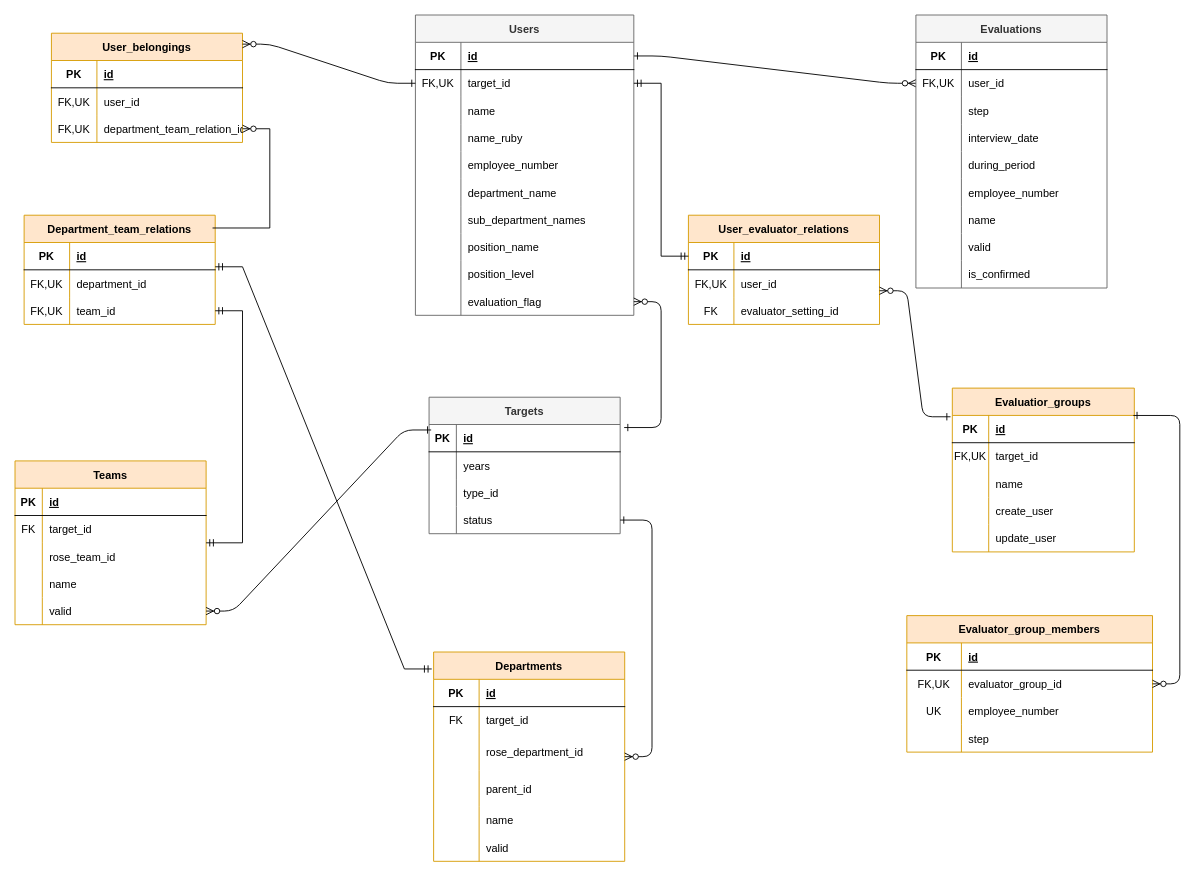
The draw.io diagram 名称未設定ファイル.drawio in satohirok/twitter_clone_ER, before the edit. Source tidied: cells renumbered, new cells numbered last; positions are measured from the earlier drawing's top-left corner, leaving out a move shared by most shapes. Both pictures are drawn from the tidied source at 91%, with x=0, y=0 at pixel (-217, 15).
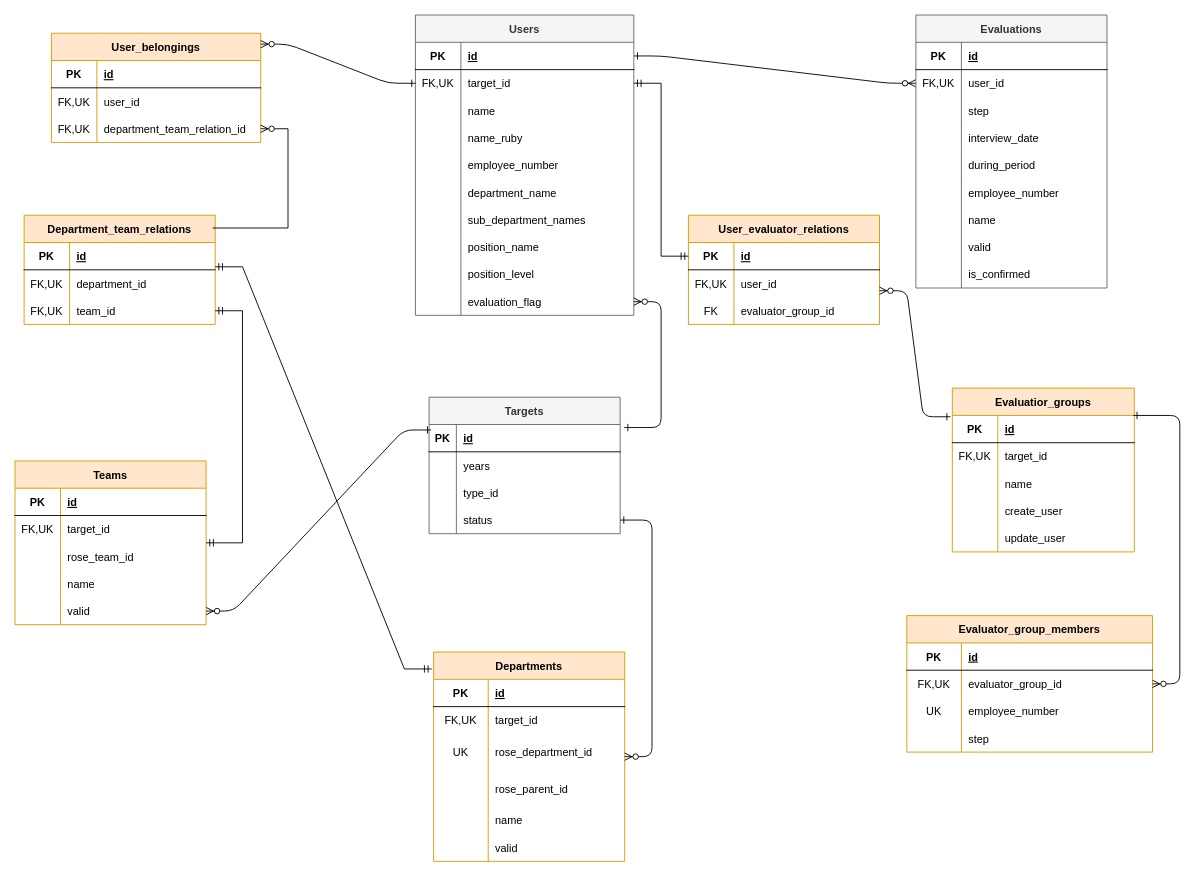
After the change.

Commit message (it also covers changes not shown here):
名称未設定ファイル.drawio を更新します

The change refers to these unchanged cells:
```xml
<mxCell id="38" style="shape=partialRectangle;fillColor=none;top=0;left=0;right=0;bottom=0;" parent="31" vertex="1">
  <mxGeometry y="90" width="210" height="30" as="geometry" />
</mxCell>
<mxCell id="73" style="shape=partialRectangle;fillColor=none;top=0;left=0;right=0;bottom=1;" parent="72" vertex="1">
  <mxGeometry y="30" width="200" height="30" as="geometry" />
</mxCell>
<mxCell id="76" style="shape=partialRectangle;fillColor=none;top=0;left=0;right=0;bottom=0;" parent="72" vertex="1">
  <mxGeometry y="60" width="200" height="30" as="geometry" />
</mxCell>
<mxCell id="79" style="shape=partialRectangle;fillColor=none;top=0;left=0;right=0;bottom=0;" parent="72" vertex="1">
  <mxGeometry y="90" width="200" height="30" as="geometry" />
</mxCell>
<mxCell id="82" style="shape=partialRectangle;fillColor=none;top=0;left=0;right=0;bottom=0;" parent="72" vertex="1">
  <mxGeometry y="120" width="200" height="30" as="geometry" />
</mxCell>
<mxCell id="85" style="shape=partialRectangle;fillColor=none;top=0;left=0;right=0;bottom=0;" parent="72" vertex="1">
  <mxGeometry y="150" width="200" height="30" as="geometry" />
</mxCell>
<mxCell id="122" style="shape=partialRectangle;fillColor=none;top=0;left=0;right=0;bottom=1;" parent="121" vertex="1">
  <mxGeometry y="30" width="210" height="30" as="geometry" />
</mxCell>
<mxCell id="125" style="shape=partialRectangle;fillColor=none;top=0;left=0;right=0;bottom=0;" parent="121" vertex="1">
  <mxGeometry y="60" width="210" height="30" as="geometry" />
</mxCell>
<mxCell id="128" style="shape=partialRectangle;fillColor=none;top=0;left=0;right=0;bottom=0;" parent="121" vertex="1">
  <mxGeometry y="90" width="210" height="40" as="geometry" />
</mxCell>
<mxCell id="131" style="shape=partialRectangle;fillColor=none;top=0;left=0;right=0;bottom=0;" parent="121" vertex="1">
  <mxGeometry y="130" width="210" height="40" as="geometry" />
</mxCell>
<mxCell id="134" style="shape=partialRectangle;fillColor=none;top=0;left=0;right=0;bottom=0;" parent="121" vertex="1">
  <mxGeometry y="170" width="210" height="30" as="geometry" />
</mxCell>
<mxCell id="137" style="shape=partialRectangle;fillColor=none;top=0;left=0;right=0;bottom=0;" parent="121" vertex="1">
  <mxGeometry y="200" width="210" height="30" as="geometry" />
</mxCell>
<mxCell id="141" style="shape=partialRectangle;fillColor=none;top=0;left=0;right=0;bottom=1;" parent="140" vertex="1">
  <mxGeometry y="30" width="210" height="30" as="geometry" />
</mxCell>
<mxCell id="144" style="shape=partialRectangle;fillColor=none;top=0;left=0;right=0;bottom=0;" parent="140" vertex="1">
  <mxGeometry y="60" width="210" height="30" as="geometry" />
</mxCell>
<mxCell id="147" style="shape=partialRectangle;fillColor=none;top=0;left=0;right=0;bottom=0;" parent="140" vertex="1">
  <mxGeometry y="90" width="210" height="30" as="geometry" />
</mxCell>
<mxCell id="150" style="shape=partialRectangle;fillColor=none;top=0;left=0;right=0;bottom=0;" parent="140" vertex="1">
  <mxGeometry y="120" width="210" height="30" as="geometry" />
</mxCell>
<mxCell id="153" style="shape=partialRectangle;fillColor=none;points=[[0,0.5],[1,0.5]];portConstraint=eastwest;top=0;left=0;right=0;bottom=0;" parent="140" vertex="1">
  <mxGeometry y="150" width="210" height="30" as="geometry" />
</mxCell>
```

What changed in the source:
```diff
@@
-    <mxCell id="40" value="evaluator_setting_id" style="shape=partialRectangle;overflow=hidden;fillColor=none;top=0;left=0;bottom=0;right=0;align=left;spacingLeft=6;" parent="38" vertex="1">
+    <mxCell id="40" value="evaluator_group_id" style="shape=partialRectangle;overflow=hidden;fillColor=none;top=0;left=0;bottom=0;right=0;align=left;spacingLeft=6;" parent="38" vertex="1">
       <mxGeometry x="50" width="160" height="30" as="geometry" />
     </mxCell>
@@
     <mxCell id="74" value="PK" style="shape=partialRectangle;overflow=hidden;fillColor=none;top=0;left=0;bottom=0;right=0;fontStyle=1;" parent="73" vertex="1">
-      <mxGeometry width="40" height="30" as="geometry" />
+      <mxGeometry width="50" height="30" as="geometry" />
     </mxCell>
     <mxCell id="75" value="id" style="shape=partialRectangle;overflow=hidden;fillColor=none;top=0;left=0;bottom=0;right=0;align=left;spacingLeft=6;fontStyle=5;" parent="73" vertex="1">
-      <mxGeometry x="40" width="160" height="30" as="geometry" />
+      <mxGeometry x="50" width="150" height="30" as="geometry" />
     </mxCell>
@@
     <mxCell id="77" value="FK,UK" style="shape=partialRectangle;overflow=hidden;fillColor=none;top=0;left=0;bottom=0;right=0;" parent="76" vertex="1">
-      <mxGeometry width="40" height="30" as="geometry" />
+      <mxGeometry width="50" height="30" as="geometry" />
     </mxCell>
     <mxCell id="78" value="target_id" style="shape=partialRectangle;overflow=hidden;fillColor=none;top=0;left=0;bottom=0;right=0;align=left;spacingLeft=6;" parent="76" vertex="1">
-      <mxGeometry x="40" width="160" height="30" as="geometry" />
+      <mxGeometry x="50" width="150" height="30" as="geometry" />
     </mxCell>
@@
     <mxCell id="80" style="shape=partialRectangle;overflow=hidden;fillColor=none;top=0;left=0;bottom=0;right=0;" parent="79" vertex="1">
-      <mxGeometry width="40" height="30" as="geometry" />
+      <mxGeometry width="50" height="30" as="geometry" />
     </mxCell>
     <mxCell id="81" value="name" style="shape=partialRectangle;overflow=hidden;fillColor=none;top=0;left=0;bottom=0;right=0;align=left;spacingLeft=6;" parent="79" vertex="1">
-      <mxGeometry x="40" width="160" height="30" as="geometry" />
+      <mxGeometry x="50" width="150" height="30" as="geometry" />
     </mxCell>
@@
     <mxCell id="83" style="shape=partialRectangle;overflow=hidden;fillColor=none;top=0;left=0;bottom=0;right=0;" parent="82" vertex="1">
-      <mxGeometry width="40" height="30" as="geometry" />
+      <mxGeometry width="50" height="30" as="geometry" />
     </mxCell>
     <mxCell id="84" value="create_user" style="shape=partialRectangle;overflow=hidden;fillColor=none;top=0;left=0;bottom=0;right=0;align=left;spacingLeft=6;" parent="82" vertex="1">
-      <mxGeometry x="40" width="160" height="30" as="geometry" />
+      <mxGeometry x="50" width="150" height="30" as="geometry" />
     </mxCell>
@@
     <mxCell id="86" style="shape=partialRectangle;overflow=hidden;fillColor=none;top=0;left=0;bottom=0;right=0;" parent="85" vertex="1">
-      <mxGeometry width="40" height="30" as="geometry" />
+      <mxGeometry width="50" height="30" as="geometry" />
     </mxCell>
     <mxCell id="87" value="update_user" style="shape=partialRectangle;overflow=hidden;fillColor=none;top=0;left=0;bottom=0;right=0;align=left;spacingLeft=6;" parent="85" vertex="1">
-      <mxGeometry x="40" width="160" height="30" as="geometry" />
+      <mxGeometry x="50" width="150" height="30" as="geometry" />
     </mxCell>
@@
     <mxCell id="101" value="User_belongings" style="shape=table;startSize=30;childLayout=tableLayout;rowLines=0;fontStyle=1;align=center;fillColor=#ffe6cc;strokeColor=#d79b00;" parent="1" vertex="1">
-      <mxGeometry x="295" y="20" width="210" height="120" as="geometry" />
+      <mxGeometry x="295" y="20" width="230" height="120" as="geometry" />
     </mxCell>
     <mxCell id="102" style="shape=partialRectangle;fillColor=none;top=0;left=0;right=0;bottom=1;" parent="101" vertex="1">
-      <mxGeometry y="30" width="210" height="30" as="geometry" />
+      <mxGeometry y="30" width="230" height="30" as="geometry" />
     </mxCell>
@@
     <mxCell id="104" value="id" style="shape=partialRectangle;overflow=hidden;fillColor=none;top=0;left=0;bottom=0;right=0;align=left;spacingLeft=6;fontStyle=5;" parent="102" vertex="1">
-      <mxGeometry x="50" width="160" height="30" as="geometry" />
+      <mxGeometry x="50" width="180" height="30" as="geometry" />
     </mxCell>
     <mxCell id="105" style="shape=partialRectangle;fillColor=none;top=0;left=0;right=0;bottom=0;" parent="101" vertex="1">
-      <mxGeometry y="60" width="210" height="30" as="geometry" />
+      <mxGeometry y="60" width="230" height="30" as="geometry" />
     </mxCell>
@@
     <mxCell id="107" value="user_id" style="shape=partialRectangle;overflow=hidden;fillColor=none;top=0;left=0;bottom=0;right=0;align=left;spacingLeft=6;" parent="105" vertex="1">
-      <mxGeometry x="50" width="160" height="30" as="geometry" />
+      <mxGeometry x="50" width="180" height="30" as="geometry" />
     </mxCell>
     <mxCell id="108" style="shape=partialRectangle;fillColor=none;points=[[0,0.5],[1,0.5]];portConstraint=eastwest;top=0;left=0;right=0;bottom=0;" parent="101" vertex="1">
-      <mxGeometry y="90" width="210" height="30" as="geometry" />
+      <mxGeometry y="90" width="230" height="30" as="geometry" />
     </mxCell>
@@
     <mxCell id="110" value="department_team_relation_id" style="shape=partialRectangle;overflow=hidden;fillColor=none;top=0;left=0;bottom=0;right=0;align=left;spacingLeft=6;" parent="108" vertex="1">
-      <mxGeometry x="50" width="160" height="30" as="geometry" />
+      <mxGeometry x="50" width="180" height="30" as="geometry" />
     </mxCell>
@@
     <mxCell id="123" value="PK" style="shape=partialRectangle;overflow=hidden;fillColor=none;top=0;left=0;bottom=0;right=0;fontStyle=1;" parent="122" vertex="1">
-      <mxGeometry width="50" height="30" as="geometry" />
+      <mxGeometry width="60" height="30" as="geometry" />
     </mxCell>
     <mxCell id="124" value="id" style="shape=partialRectangle;overflow=hidden;fillColor=none;top=0;left=0;bottom=0;right=0;align=left;spacingLeft=6;fontStyle=5;" parent="122" vertex="1">
-      <mxGeometry x="50" width="160" height="30" as="geometry" />
+      <mxGeometry x="60" width="150" height="30" as="geometry" />
     </mxCell>
@@
-    <mxCell id="126" value="FK" style="shape=partialRectangle;overflow=hidden;fillColor=none;top=0;left=0;bottom=0;right=0;" parent="125" vertex="1">
-      <mxGeometry width="50" height="30" as="geometry" />
+    <mxCell id="126" value="FK,UK" style="shape=partialRectangle;overflow=hidden;fillColor=none;top=0;left=0;bottom=0;right=0;" parent="125" vertex="1">
+      <mxGeometry width="60" height="30" as="geometry" />
     </mxCell>
     <mxCell id="127" value="target_id" style="shape=partialRectangle;overflow=hidden;fillColor=none;top=0;left=0;bottom=0;right=0;align=left;spacingLeft=6;" parent="125" vertex="1">
-      <mxGeometry x="50" width="160" height="30" as="geometry" />
+      <mxGeometry x="60" width="150" height="30" as="geometry" />
     </mxCell>
@@
-    <mxCell id="129" style="shape=partialRectangle;overflow=hidden;fillColor=none;top=0;left=0;bottom=0;right=0;" parent="128" vertex="1">
-      <mxGeometry width="50" height="40" as="geometry" />
+    <mxCell id="129" value="UK" style="shape=partialRectangle;overflow=hidden;fillColor=none;top=0;left=0;bottom=0;right=0;" parent="128" vertex="1">
+      <mxGeometry width="60" height="40" as="geometry" />
     </mxCell>
     <mxCell id="130" value="rose_department_id" style="shape=partialRectangle;overflow=hidden;fillColor=none;top=0;left=0;bottom=0;right=0;align=left;spacingLeft=6;" parent="128" vertex="1">
-      <mxGeometry x="50" width="160" height="40" as="geometry" />
+      <mxGeometry x="60" width="150" height="40" as="geometry" />
     </mxCell>
@@
     <mxCell id="132" style="shape=partialRectangle;overflow=hidden;fillColor=none;top=0;left=0;bottom=0;right=0;" parent="131" vertex="1">
-      <mxGeometry width="50" height="40" as="geometry" />
+      <mxGeometry width="60" height="40" as="geometry" />
     </mxCell>
-    <mxCell id="133" value="parent_id" style="shape=partialRectangle;overflow=hidden;fillColor=none;top=0;left=0;bottom=0;right=0;align=left;spacingLeft=6;" parent="131" vertex="1">
-      <mxGeometry x="50" width="160" height="40" as="geometry" />
+    <mxCell id="133" value="rose_parent_id" style="shape=partialRectangle;overflow=hidden;fillColor=none;top=0;left=0;bottom=0;right=0;align=left;spacingLeft=6;" parent="131" vertex="1">
+      <mxGeometry x="60" width="150" height="40" as="geometry" />
     </mxCell>
@@
     <mxCell id="135" style="shape=partialRectangle;overflow=hidden;fillColor=none;top=0;left=0;bottom=0;right=0;" parent="134" vertex="1">
-      <mxGeometry width="50" height="30" as="geometry" />
+      <mxGeometry width="60" height="30" as="geometry" />
     </mxCell>
     <mxCell id="136" value="name" style="shape=partialRectangle;overflow=hidden;fillColor=none;top=0;left=0;bottom=0;right=0;align=left;spacingLeft=6;" parent="134" vertex="1">
-      <mxGeometry x="50" width="160" height="30" as="geometry" />
+      <mxGeometry x="60" width="150" height="30" as="geometry" />
     </mxCell>
@@
     <mxCell id="138" style="shape=partialRectangle;overflow=hidden;fillColor=none;top=0;left=0;bottom=0;right=0;" parent="137" vertex="1">
-      <mxGeometry width="50" height="30" as="geometry" />
+      <mxGeometry width="60" height="30" as="geometry" />
     </mxCell>
     <mxCell id="139" value="valid" style="shape=partialRectangle;overflow=hidden;fillColor=none;top=0;left=0;bottom=0;right=0;align=left;spacingLeft=6;" parent="137" vertex="1">
-      <mxGeometry x="50" width="160" height="30" as="geometry" />
+      <mxGeometry x="60" width="150" height="30" as="geometry" />
     </mxCell>
@@
     <mxCell id="142" value="PK" style="shape=partialRectangle;overflow=hidden;fillColor=none;top=0;left=0;bottom=0;right=0;fontStyle=1;" parent="141" vertex="1">
-      <mxGeometry width="30" height="30" as="geometry" />
+      <mxGeometry width="50" height="30" as="geometry" />
     </mxCell>
     <mxCell id="143" value="id" style="shape=partialRectangle;overflow=hidden;fillColor=none;top=0;left=0;bottom=0;right=0;align=left;spacingLeft=6;fontStyle=5;" parent="141" vertex="1">
-      <mxGeometry x="30" width="180" height="30" as="geometry" />
+      <mxGeometry x="50" width="160" height="30" as="geometry" />
     </mxCell>
@@
-    <mxCell id="145" value="FK" style="shape=partialRectangle;overflow=hidden;fillColor=none;top=0;left=0;bottom=0;right=0;" parent="144" vertex="1">
-      <mxGeometry width="30" height="30" as="geometry" />
+    <mxCell id="145" value="FK,UK" style="shape=partialRectangle;overflow=hidden;fillColor=none;top=0;left=0;bottom=0;right=0;" parent="144" vertex="1">
+      <mxGeometry width="50" height="30" as="geometry" />
     </mxCell>
     <mxCell id="146" value="target_id" style="shape=partialRectangle;overflow=hidden;fillColor=none;top=0;left=0;bottom=0;right=0;align=left;spacingLeft=6;" parent="144" vertex="1">
-      <mxGeometry x="30" width="180" height="30" as="geometry" />
+      <mxGeometry x="50" width="160" height="30" as="geometry" />
     </mxCell>
@@
     <mxCell id="148" style="shape=partialRectangle;overflow=hidden;fillColor=none;top=0;left=0;bottom=0;right=0;" parent="147" vertex="1">
-      <mxGeometry width="30" height="30" as="geometry" />
+      <mxGeometry width="50" height="30" as="geometry" />
     </mxCell>
     <mxCell id="149" value="rose_team_id" style="shape=partialRectangle;overflow=hidden;fillColor=none;top=0;left=0;bottom=0;right=0;align=left;spacingLeft=6;" parent="147" vertex="1">
-      <mxGeometry x="30" width="180" height="30" as="geometry" />
+      <mxGeometry x="50" width="160" height="30" as="geometry" />
     </mxCell>
@@
     <mxCell id="151" style="shape=partialRectangle;overflow=hidden;fillColor=none;top=0;left=0;bottom=0;right=0;" parent="150" vertex="1">
-      <mxGeometry width="30" height="30" as="geometry" />
+      <mxGeometry width="50" height="30" as="geometry" />
     </mxCell>
     <mxCell id="152" value="name" style="shape=partialRectangle;overflow=hidden;fillColor=none;top=0;left=0;bottom=0;right=0;align=left;spacingLeft=6;" parent="150" vertex="1">
-      <mxGeometry x="30" width="180" height="30" as="geometry" />
+      <mxGeometry x="50" width="160" height="30" as="geometry" />
     </mxCell>
@@
     <mxCell id="154" style="shape=partialRectangle;overflow=hidden;fillColor=none;top=0;left=0;bottom=0;right=0;" parent="153" vertex="1">
-      <mxGeometry width="30" height="30" as="geometry" />
+      <mxGeometry width="50" height="30" as="geometry" />
     </mxCell>
     <mxCell id="155" value="valid" style="shape=partialRectangle;overflow=hidden;fillColor=none;top=0;left=0;bottom=0;right=0;align=left;spacingLeft=6;" parent="153" vertex="1">
-      <mxGeometry x="30" width="180" height="30" as="geometry" />
+      <mxGeometry x="50" width="160" height="30" as="geometry" />
     </mxCell>
```
